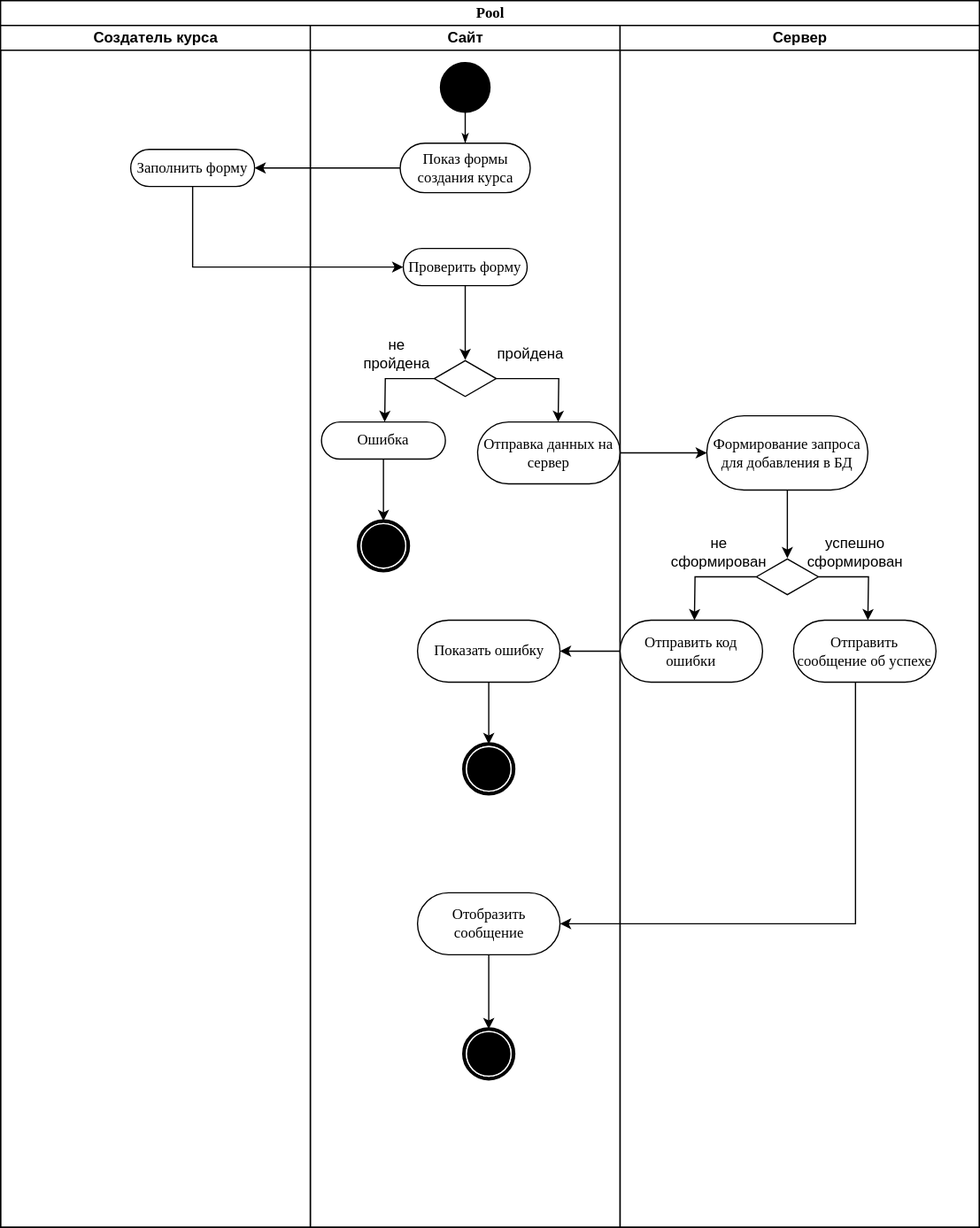
Before: functional_requirements/creator.svg, a diagram exported from draw.io (eencoree/CourseNavigator). Source tidied: cells renumbered, new cells last; positions are measured from the earlier drawing's top-left corner, leaving out a move shared by most shapes. Its diagram source:
```xml
<mxGraphModel>
  <root>
    <mxCell id="0" />
    <mxCell id="1" parent="0" />
    <mxCell id="2" value="Pool" style="swimlane;html=1;startSize=20;rounded=0;shadow=0;comic=0;labelBackgroundColor=none;strokeWidth=1;fontFamily=Verdana;fontSize=12;align=center;" parent="1" vertex="1">
      <mxGeometry width="790" height="990" as="geometry" />
    </mxCell>
    <mxCell id="3" value="Создатель курса" style="swimlane;html=1;startSize=20;" parent="2" vertex="1">
      <mxGeometry y="20" width="250" height="970" as="geometry" />
    </mxCell>
    <mxCell id="4" value="Заполнить форму" style="rounded=1;whiteSpace=wrap;html=1;shadow=0;comic=0;labelBackgroundColor=none;strokeWidth=1;fontFamily=Verdana;fontSize=12;align=center;arcSize=50;" parent="3" vertex="1">
      <mxGeometry x="105" y="100" width="100" height="30" as="geometry" />
    </mxCell>
    <mxCell id="5" value="Сайт" style="swimlane;html=1;startSize=20;" parent="2" vertex="1">
      <mxGeometry x="250" y="20" width="250" height="970" as="geometry" />
    </mxCell>
    <mxCell id="6" style="ellipse;whiteSpace=wrap;html=1;rounded=0;shadow=0;comic=0;labelBackgroundColor=none;strokeWidth=1;fillColor=#000000;fontFamily=Verdana;fontSize=12;align=center;" parent="5" vertex="1">
      <mxGeometry x="105" y="30" width="40" height="40" as="geometry" />
    </mxCell>
    <mxCell id="7" value="Показ формы создания курса" style="rounded=1;whiteSpace=wrap;html=1;shadow=0;comic=0;labelBackgroundColor=none;strokeWidth=1;fontFamily=Verdana;fontSize=12;align=center;arcSize=50;" parent="5" vertex="1">
      <mxGeometry x="72.5" y="95" width="105" height="40" as="geometry" />
    </mxCell>
    <mxCell id="8" style="edgeStyle=orthogonalEdgeStyle;rounded=0;html=1;labelBackgroundColor=none;startArrow=none;startFill=0;startSize=5;endArrow=classicThin;endFill=1;endSize=5;jettySize=auto;strokeWidth=1;fontFamily=Verdana;fontSize=12;" parent="5" edge="1" source="6" target="7">
      <mxGeometry relative="1" as="geometry" />
    </mxCell>
    <mxCell id="9" style="edgeStyle=orthogonalEdgeStyle;rounded=0;jettySize=auto;html=1;exitX=0.5;exitY=1;exitDx=0;exitDy=0;" parent="5" edge="1" source="10" target="13">
      <mxGeometry relative="1" as="geometry" />
    </mxCell>
    <mxCell id="10" value="Проверить форму" style="rounded=1;whiteSpace=wrap;html=1;shadow=0;comic=0;labelBackgroundColor=none;strokeWidth=1;fontFamily=Verdana;fontSize=12;align=center;arcSize=50;" parent="5" vertex="1">
      <mxGeometry x="75" y="180" width="100" height="30" as="geometry" />
    </mxCell>
    <mxCell id="11" style="edgeStyle=orthogonalEdgeStyle;rounded=0;jettySize=auto;html=1;" parent="5" edge="1" source="13">
      <mxGeometry relative="1" as="geometry">
        <mxPoint x="60" y="320" as="targetPoint" />
      </mxGeometry>
    </mxCell>
    <mxCell id="12" style="edgeStyle=orthogonalEdgeStyle;rounded=0;jettySize=auto;html=1;" parent="5" edge="1" source="13">
      <mxGeometry relative="1" as="geometry">
        <mxPoint x="200" y="320" as="targetPoint" />
      </mxGeometry>
    </mxCell>
    <mxCell id="13" style="html=1;whiteSpace=wrap;shape=isoRectangle;" parent="5" vertex="1">
      <mxGeometry x="100" y="270" width="50" height="30" as="geometry" />
    </mxCell>
    <mxCell id="14" style="edgeStyle=orthogonalEdgeStyle;rounded=0;jettySize=auto;html=1;exitX=0.5;exitY=1;exitDx=0;exitDy=0;entryX=0.5;entryY=0;entryDx=0;entryDy=0;" parent="5" edge="1" source="15" target="17">
      <mxGeometry relative="1" as="geometry" />
    </mxCell>
    <mxCell id="15" value="Ошибка" style="rounded=1;whiteSpace=wrap;html=1;shadow=0;comic=0;labelBackgroundColor=none;strokeWidth=1;fontFamily=Verdana;fontSize=12;align=center;arcSize=50;" parent="5" vertex="1">
      <mxGeometry x="9" y="320" width="100" height="30" as="geometry" />
    </mxCell>
    <mxCell id="16" value="не пройдена" style="text;html=1;strokeColor=none;fillColor=none;align=center;verticalAlign=middle;whiteSpace=wrap;rounded=0;" parent="5" vertex="1">
      <mxGeometry x="40" y="250" width="60" height="30" as="geometry" />
    </mxCell>
    <mxCell id="17" style="shape=mxgraph.bpmn.shape;html=1;verticalLabelPosition=bottom;labelBackgroundColor=#ffffff;verticalAlign=top;perimeter=ellipsePerimeter;outline=end;symbol=terminate;rounded=0;shadow=0;comic=0;strokeWidth=1;fontFamily=Verdana;fontSize=12;align=center;" parent="5" vertex="1">
      <mxGeometry x="39" y="400" width="40" height="40" as="geometry" />
    </mxCell>
    <mxCell id="18" value="пройдена" style="text;html=1;strokeColor=none;fillColor=none;align=center;verticalAlign=middle;whiteSpace=wrap;rounded=0;" parent="5" vertex="1">
      <mxGeometry x="148" y="250" width="60" height="30" as="geometry" />
    </mxCell>
    <mxCell id="19" value="Отправка данных на сервер" style="rounded=1;whiteSpace=wrap;html=1;shadow=0;comic=0;labelBackgroundColor=none;strokeWidth=1;fontFamily=Verdana;fontSize=12;align=center;arcSize=50;" parent="5" vertex="1">
      <mxGeometry x="135" y="320" width="115" height="50" as="geometry" />
    </mxCell>
    <mxCell id="20" style="edgeStyle=orthogonalEdgeStyle;rounded=0;jettySize=auto;html=1;entryX=0.5;entryY=0;entryDx=0;entryDy=0;" parent="5" edge="1" source="21" target="22">
      <mxGeometry relative="1" as="geometry" />
    </mxCell>
    <mxCell id="21" value="Показать ошибку" style="rounded=1;whiteSpace=wrap;html=1;shadow=0;comic=0;labelBackgroundColor=none;strokeWidth=1;fontFamily=Verdana;fontSize=12;align=center;arcSize=50;" parent="5" vertex="1">
      <mxGeometry x="86.5" y="480" width="115" height="50" as="geometry" />
    </mxCell>
    <mxCell id="22" style="shape=mxgraph.bpmn.shape;html=1;verticalLabelPosition=bottom;labelBackgroundColor=#ffffff;verticalAlign=top;perimeter=ellipsePerimeter;outline=end;symbol=terminate;rounded=0;shadow=0;comic=0;strokeWidth=1;fontFamily=Verdana;fontSize=12;align=center;" parent="5" vertex="1">
      <mxGeometry x="124" y="580" width="40" height="40" as="geometry" />
    </mxCell>
    <mxCell id="23" style="edgeStyle=orthogonalEdgeStyle;rounded=0;jettySize=auto;html=1;exitX=0.5;exitY=1;exitDx=0;exitDy=0;entryX=0.5;entryY=0;entryDx=0;entryDy=0;" parent="5" edge="1" source="24" target="25">
      <mxGeometry relative="1" as="geometry" />
    </mxCell>
    <mxCell id="24" value="Отобразить сообщение" style="rounded=1;whiteSpace=wrap;html=1;shadow=0;comic=0;labelBackgroundColor=none;strokeWidth=1;fontFamily=Verdana;fontSize=12;align=center;arcSize=50;" parent="5" vertex="1">
      <mxGeometry x="86.5" y="700" width="115" height="50" as="geometry" />
    </mxCell>
    <mxCell id="25" style="shape=mxgraph.bpmn.shape;html=1;verticalLabelPosition=bottom;labelBackgroundColor=#ffffff;verticalAlign=top;perimeter=ellipsePerimeter;outline=end;symbol=terminate;rounded=0;shadow=0;comic=0;strokeWidth=1;fontFamily=Verdana;fontSize=12;align=center;" parent="5" vertex="1">
      <mxGeometry x="124" y="810" width="40" height="40" as="geometry" />
    </mxCell>
    <mxCell id="26" style="edgeStyle=orthogonalEdgeStyle;rounded=0;jettySize=auto;html=1;exitX=0;exitY=0.5;exitDx=0;exitDy=0;entryX=1;entryY=0.5;entryDx=0;entryDy=0;" parent="2" edge="1" source="7" target="4">
      <mxGeometry relative="1" as="geometry" />
    </mxCell>
    <mxCell id="27" style="edgeStyle=orthogonalEdgeStyle;rounded=0;jettySize=auto;html=1;exitX=0.5;exitY=1;exitDx=0;exitDy=0;entryX=0;entryY=0.5;entryDx=0;entryDy=0;" parent="2" edge="1" source="4" target="10">
      <mxGeometry relative="1" as="geometry" />
    </mxCell>
    <mxCell id="28" style="edgeStyle=orthogonalEdgeStyle;rounded=0;jettySize=auto;html=1;entryX=0;entryY=0.5;entryDx=0;entryDy=0;" parent="2" edge="1" source="19" target="31">
      <mxGeometry relative="1" as="geometry" />
    </mxCell>
    <mxCell id="29" value="Сервер" style="swimlane;html=1;startSize=20;" parent="2" vertex="1">
      <mxGeometry x="500" y="20" width="290" height="970" as="geometry" />
    </mxCell>
    <mxCell id="30" style="edgeStyle=orthogonalEdgeStyle;rounded=0;jettySize=auto;html=1;exitX=0.5;exitY=1;exitDx=0;exitDy=0;" parent="29" edge="1" source="31" target="34">
      <mxGeometry relative="1" as="geometry" />
    </mxCell>
    <mxCell id="31" value="Формирование запроса для добавления в БД" style="rounded=1;whiteSpace=wrap;html=1;shadow=0;comic=0;labelBackgroundColor=none;strokeWidth=1;fontFamily=Verdana;fontSize=12;align=center;arcSize=50;" parent="29" vertex="1">
      <mxGeometry x="70" y="315" width="130" height="60" as="geometry" />
    </mxCell>
    <mxCell id="32" style="edgeStyle=orthogonalEdgeStyle;rounded=0;jettySize=auto;html=1;" parent="29" edge="1" source="34">
      <mxGeometry relative="1" as="geometry">
        <mxPoint x="60" y="480" as="targetPoint" />
      </mxGeometry>
    </mxCell>
    <mxCell id="33" style="edgeStyle=orthogonalEdgeStyle;rounded=0;jettySize=auto;html=1;" parent="29" edge="1" source="34">
      <mxGeometry relative="1" as="geometry">
        <mxPoint x="200" y="480" as="targetPoint" />
      </mxGeometry>
    </mxCell>
    <mxCell id="34" style="html=1;whiteSpace=wrap;shape=isoRectangle;" parent="29" vertex="1">
      <mxGeometry x="110" y="430" width="50" height="30" as="geometry" />
    </mxCell>
    <mxCell id="35" value="успешно сформирован" style="text;html=1;strokeColor=none;fillColor=none;align=center;verticalAlign=middle;whiteSpace=wrap;rounded=0;" parent="29" vertex="1">
      <mxGeometry x="160" y="410" width="60" height="30" as="geometry" />
    </mxCell>
    <mxCell id="36" value="не сформирован" style="text;html=1;strokeColor=none;fillColor=none;align=center;verticalAlign=middle;whiteSpace=wrap;rounded=0;" parent="29" vertex="1">
      <mxGeometry x="50" y="410" width="60" height="30" as="geometry" />
    </mxCell>
    <mxCell id="37" value="Отправить код ошибки" style="rounded=1;whiteSpace=wrap;html=1;shadow=0;comic=0;labelBackgroundColor=none;strokeWidth=1;fontFamily=Verdana;fontSize=12;align=center;arcSize=50;" parent="29" vertex="1">
      <mxGeometry y="480" width="115" height="50" as="geometry" />
    </mxCell>
    <mxCell id="38" value="Отправить сообщение об успехе" style="rounded=1;whiteSpace=wrap;html=1;shadow=0;comic=0;labelBackgroundColor=none;strokeWidth=1;fontFamily=Verdana;fontSize=12;align=center;arcSize=50;" parent="29" vertex="1">
      <mxGeometry x="140" y="480" width="115" height="50" as="geometry" />
    </mxCell>
    <mxCell id="39" style="edgeStyle=orthogonalEdgeStyle;rounded=0;jettySize=auto;html=1;exitX=0;exitY=0.5;exitDx=0;exitDy=0;entryX=1;entryY=0.5;entryDx=0;entryDy=0;" parent="2" edge="1" source="37" target="21">
      <mxGeometry relative="1" as="geometry" />
    </mxCell>
    <mxCell id="40" style="edgeStyle=orthogonalEdgeStyle;rounded=0;jettySize=auto;html=1;entryX=1;entryY=0.5;entryDx=0;entryDy=0;" parent="2" edge="1" source="38" target="24">
      <mxGeometry relative="1" as="geometry">
        <Array as="points">
          <mxPoint x="690" y="745" />
        </Array>
      </mxGeometry>
    </mxCell>
  </root>
</mxGraphModel>
```
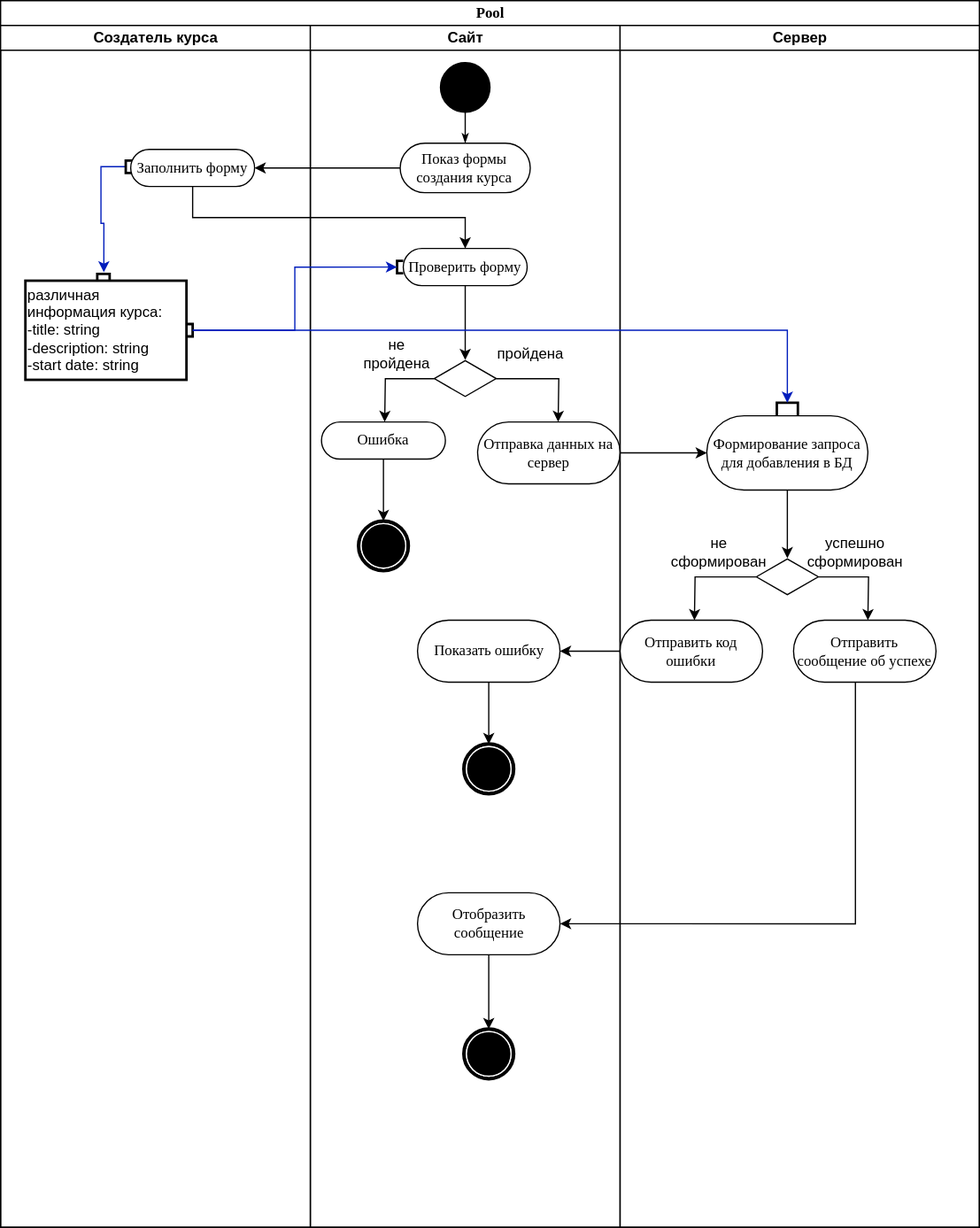
After the commit.

The edit, as a diff of the source:
```diff
@@ -11,6 +11,21 @@
     <mxCell id="4" value="Заполнить форму" style="rounded=1;whiteSpace=wrap;html=1;shadow=0;comic=0;labelBackgroundColor=none;strokeWidth=1;fontFamily=Verdana;fontSize=12;align=center;arcSize=50;" parent="3" vertex="1">
       <mxGeometry x="105" y="100" width="100" height="30" as="geometry" />
     </mxCell>
+    <mxCell id="41" style="edgeStyle=orthogonalEdgeStyle;rounded=0;jettySize=auto;html=1;exitX=0;exitY=0.5;exitDx=0;exitDy=0;exitPerimeter=0;fillColor=#0050ef;strokeColor=#001DBC;entryX=-0.246;entryY=0.469;entryDx=0;entryDy=0;entryPerimeter=0;" parent="3" edge="1" source="42" target="44">
+      <mxGeometry relative="1" as="geometry" />
+    </mxCell>
+    <mxCell id="42" style="strokeWidth=2;html=1;shape=mxgraph.flowchart.annotation_1;align=left;rotation=0;" parent="3" vertex="1">
+      <mxGeometry x="101" y="109" width="5" height="10" as="geometry" />
+    </mxCell>
+    <mxCell id="43" value="различная информация курса:&lt;br style=&quot;border-color: var(--border-color); text-align: center;&quot;&gt;&lt;span style=&quot;text-align: center;&quot;&gt;-title: string&lt;/span&gt;&lt;br style=&quot;border-color: var(--border-color); text-align: center;&quot;&gt;&lt;span style=&quot;text-align: center;&quot;&gt;-description: string&lt;/span&gt;&lt;br style=&quot;border-color: var(--border-color); text-align: center;&quot;&gt;&lt;span style=&quot;text-align: center;&quot;&gt;-start date: string&lt;/span&gt;" style="whiteSpace=wrap;html=1;align=left;strokeWidth=2;" parent="3" vertex="1">
+      <mxGeometry x="20" y="206" width="130" height="80" as="geometry" />
+    </mxCell>
+    <mxCell id="44" style="strokeWidth=2;html=1;shape=mxgraph.flowchart.annotation_1;align=left;rotation=90;" parent="3" vertex="1">
+      <mxGeometry x="80.5" y="198" width="5" height="10" as="geometry" />
+    </mxCell>
+    <mxCell id="45" style="strokeWidth=2;html=1;shape=mxgraph.flowchart.annotation_1;align=left;rotation=-180;" parent="3" vertex="1">
+      <mxGeometry x="150" y="241" width="5" height="10" as="geometry" />
+    </mxCell>
     <mxCell id="5" value="Сайт" style="swimlane;html=1;startSize=20;" parent="2" vertex="1">
       <mxGeometry x="250" y="20" width="250" height="970" as="geometry" />
     </mxCell>
@@ -78,10 +93,13 @@
     <mxCell id="25" style="shape=mxgraph.bpmn.shape;html=1;verticalLabelPosition=bottom;labelBackgroundColor=#ffffff;verticalAlign=top;perimeter=ellipsePerimeter;outline=end;symbol=terminate;rounded=0;shadow=0;comic=0;strokeWidth=1;fontFamily=Verdana;fontSize=12;align=center;" parent="5" vertex="1">
       <mxGeometry x="124" y="810" width="40" height="40" as="geometry" />
     </mxCell>
+    <mxCell id="46" style="strokeWidth=2;html=1;shape=mxgraph.flowchart.annotation_1;align=left;rotation=0;" parent="5" vertex="1">
+      <mxGeometry x="70" y="190" width="5" height="10" as="geometry" />
+    </mxCell>
     <mxCell id="26" style="edgeStyle=orthogonalEdgeStyle;rounded=0;jettySize=auto;html=1;exitX=0;exitY=0.5;exitDx=0;exitDy=0;entryX=1;entryY=0.5;entryDx=0;entryDy=0;" parent="2" edge="1" source="7" target="4">
       <mxGeometry relative="1" as="geometry" />
     </mxCell>
-    <mxCell id="27" style="edgeStyle=orthogonalEdgeStyle;rounded=0;jettySize=auto;html=1;exitX=0.5;exitY=1;exitDx=0;exitDy=0;entryX=0;entryY=0.5;entryDx=0;entryDy=0;" parent="2" edge="1" source="4" target="10">
+    <mxCell id="27" style="edgeStyle=orthogonalEdgeStyle;rounded=0;jettySize=auto;html=1;exitX=0.5;exitY=1;exitDx=0;exitDy=0;entryX=0.5;entryY=0;entryDx=0;entryDy=0;" parent="2" edge="1" source="4" target="10">
       <mxGeometry relative="1" as="geometry" />
     </mxCell>
     <mxCell id="28" style="edgeStyle=orthogonalEdgeStyle;rounded=0;jettySize=auto;html=1;entryX=0;entryY=0.5;entryDx=0;entryDy=0;" parent="2" edge="1" source="19" target="31">
@@ -121,6 +139,9 @@
     <mxCell id="38" value="Отправить сообщение об успехе" style="rounded=1;whiteSpace=wrap;html=1;shadow=0;comic=0;labelBackgroundColor=none;strokeWidth=1;fontFamily=Verdana;fontSize=12;align=center;arcSize=50;" parent="29" vertex="1">
       <mxGeometry x="140" y="480" width="115" height="50" as="geometry" />
     </mxCell>
+    <mxCell id="47" style="strokeWidth=2;html=1;shape=mxgraph.flowchart.annotation_1;align=left;rotation=90;" parent="29" vertex="1">
+      <mxGeometry x="130" y="301" width="10" height="17" as="geometry" />
+    </mxCell>
     <mxCell id="39" style="edgeStyle=orthogonalEdgeStyle;rounded=0;jettySize=auto;html=1;exitX=0;exitY=0.5;exitDx=0;exitDy=0;entryX=1;entryY=0.5;entryDx=0;entryDy=0;" parent="2" edge="1" source="37" target="21">
       <mxGeometry relative="1" as="geometry" />
     </mxCell>
@@ -131,5 +152,11 @@
         </Array>
       </mxGeometry>
     </mxCell>
+    <mxCell id="48" style="edgeStyle=orthogonalEdgeStyle;rounded=0;jettySize=auto;html=1;entryX=0;entryY=0.5;entryDx=0;entryDy=0;entryPerimeter=0;fillColor=#0050ef;strokeColor=#001DBC;exitX=0;exitY=0.5;exitDx=0;exitDy=0;exitPerimeter=0;" parent="2" edge="1" source="45" target="46">
+      <mxGeometry relative="1" as="geometry" />
+    </mxCell>
+    <mxCell id="49" style="edgeStyle=orthogonalEdgeStyle;rounded=0;jettySize=auto;html=1;entryX=0;entryY=0.5;entryDx=0;entryDy=0;entryPerimeter=0;fillColor=#0050ef;strokeColor=#001DBC;exitX=0;exitY=0.5;exitDx=0;exitDy=0;exitPerimeter=0;" parent="2" edge="1" source="45" target="47">
+      <mxGeometry relative="1" as="geometry" />
+    </mxCell>
   </root>
 </mxGraphModel>
```
